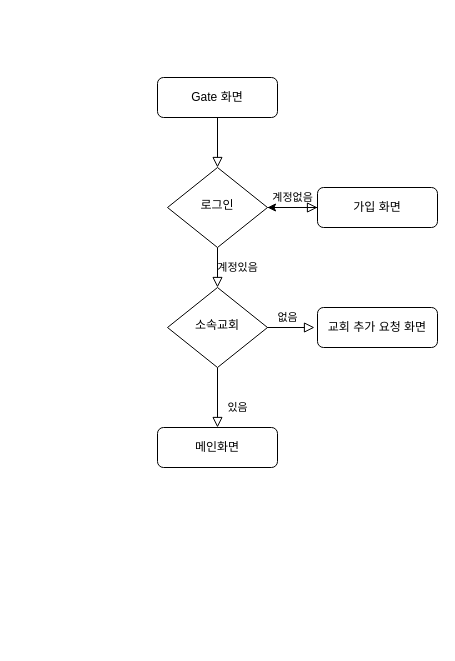
This is Untitled Diagram.drawio from parkgoon/test_gitflow, a draw.io file, before an edit. Source tidied: cells renumbered, new cells numbered last; positions are measured from the earlier drawing's top-left corner, leaving out a move shared by most shapes. Both pictures are drawn from the tidied source at 100%, with x=0, y=0 at pixel (157, 77).
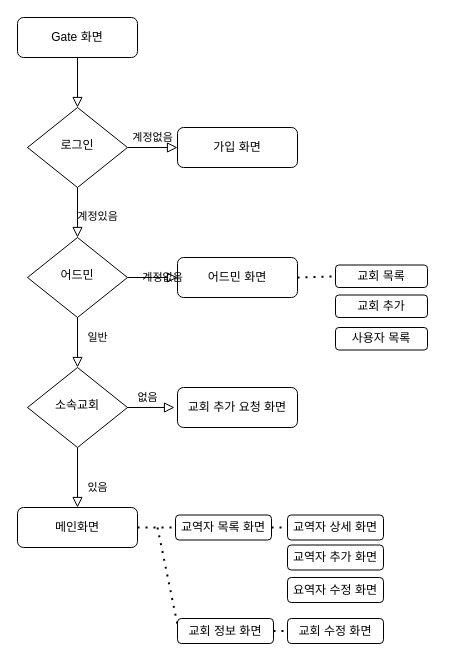
The same page after the edit.

Change to the diagram source:
```diff
@@
     <mxCell id="3" value="Gate 화면" style="rounded=1;whiteSpace=wrap;html=1;fontSize=12;glass=0;strokeWidth=1;shadow=0;" parent="1" vertex="1">
-      <mxGeometry width="120" height="40" as="geometry" />
+      <mxGeometry x="-140" y="-60" width="120" height="40" as="geometry" />
     </mxCell>
-    <mxCell id="4" value="계정있음" style="rounded=0;html=1;jettySize=auto;fontSize=11;endArrow=block;endFill=0;endSize=8;strokeWidth=1;shadow=0;labelBackgroundColor=none;edgeStyle=orthogonalEdgeStyle;" parent="1" edge="1" source="6" target="11">
-      <mxGeometry y="20" relative="1" as="geometry" />
+    <mxCell id="4" value="계정있음" style="rounded=0;html=1;jettySize=auto;fontSize=11;endArrow=block;endFill=0;endSize=8;strokeWidth=1;shadow=0;labelBackgroundColor=none;edgeStyle=orthogonalEdgeStyle;entryX=0.5;entryY=0;entryDx=0;entryDy=0;" parent="1" edge="1" source="6" target="21">
+      <mxGeometry x="0.2" y="20" relative="1" as="geometry">
+        <mxPoint y="-1" as="offset" />
+      </mxGeometry>
     </mxCell>
@@
     <mxCell id="6" value="로그인" style="rhombus;whiteSpace=wrap;html=1;shadow=0;fontFamily=Helvetica;fontSize=12;align=center;strokeWidth=1;spacing=6;spacingTop=-4;" parent="1" vertex="1">
-      <mxGeometry x="10" y="90" width="100" height="80" as="geometry" />
+      <mxGeometry x="-130" y="30" width="100" height="80" as="geometry" />
     </mxCell>
-    <mxCell id="7" style="edgeStyle=orthogonalEdgeStyle;rounded=0;jettySize=auto;html=1;" parent="1" edge="1" source="8" target="6">
-      <mxGeometry relative="1" as="geometry" />
-    </mxCell>
     <mxCell id="8" value="가입 화면" style="rounded=1;whiteSpace=wrap;html=1;fontSize=12;glass=0;strokeWidth=1;shadow=0;" parent="1" vertex="1">
-      <mxGeometry x="160" y="110" width="120" height="40" as="geometry" />
+      <mxGeometry x="20" y="50" width="120" height="40" as="geometry" />
     </mxCell>
@@
     <mxCell id="10" value="없음" style="edgeStyle=orthogonalEdgeStyle;rounded=0;html=1;jettySize=auto;orthogonalLoop=1;fontSize=11;endArrow=block;endFill=0;endSize=8;strokeWidth=1;shadow=0;labelBackgroundColor=none;" parent="1" edge="1">
       <mxGeometry x="-0.08" y="10" relative="1" as="geometry">
-        <mxPoint x="107" y="250" as="sourcePoint" />
-        <mxPoint x="157" y="250" as="targetPoint" />
+        <mxPoint x="-33" y="330" as="sourcePoint" />
+        <mxPoint x="17" y="330" as="targetPoint" />
       </mxGeometry>
     </mxCell>
     <mxCell id="11" value="소속교회" style="rhombus;whiteSpace=wrap;html=1;shadow=0;fontFamily=Helvetica;fontSize=12;align=center;strokeWidth=1;spacing=6;spacingTop=-4;" parent="1" vertex="1">
-      <mxGeometry x="10" y="210" width="100" height="80" as="geometry" />
+      <mxGeometry x="-130" y="290" width="100" height="80" as="geometry" />
     </mxCell>
     <mxCell id="12" value="메인화면" style="rounded=1;whiteSpace=wrap;html=1;fontSize=12;glass=0;strokeWidth=1;shadow=0;" parent="1" vertex="1">
-      <mxGeometry y="350" width="120" height="40" as="geometry" />
+      <mxGeometry x="-140" y="430" width="120" height="40" as="geometry" />
     </mxCell>
     <mxCell id="13" value="교회 추가 요청 화면" style="rounded=1;whiteSpace=wrap;html=1;fontSize=12;glass=0;strokeWidth=1;shadow=0;" parent="1" vertex="1">
-      <mxGeometry x="160" y="230" width="120" height="40" as="geometry" />
+      <mxGeometry x="20" y="310" width="120" height="40" as="geometry" />
     </mxCell>
+    <mxCell id="14" style="endArrow=none;dashed=1;html=1;dashPattern=1 3;strokeWidth=2;exitX=1;exitY=0.5;exitDx=0;exitDy=0;entryX=0;entryY=0.5;entryDx=0;entryDy=0;" parent="1" edge="1" source="12" target="15">
+      <mxGeometry relative="1" as="geometry" />
+    </mxCell>
+    <mxCell id="15" value="교역자 목록 화면" style="rounded=1;whiteSpace=wrap;html=1;fontSize=12;glass=0;strokeWidth=1;shadow=0;" parent="1" vertex="1">
+      <mxGeometry x="18" y="437.5" width="96" height="25" as="geometry" />
+    </mxCell>
+    <mxCell id="16" value="교역자 추가 화면" style="rounded=1;whiteSpace=wrap;html=1;fontSize=12;glass=0;strokeWidth=1;shadow=0;" parent="1" vertex="1">
+      <mxGeometry x="130" y="467.5" width="96" height="25" as="geometry" />
+    </mxCell>
+    <mxCell id="17" value="교역자 상세 화면" style="rounded=1;whiteSpace=wrap;html=1;fontSize=12;glass=0;strokeWidth=1;shadow=0;" parent="1" vertex="1">
+      <mxGeometry x="130" y="437.5" width="96" height="25" as="geometry" />
+    </mxCell>
+    <mxCell id="18" value="교회 수정 화면" style="rounded=1;whiteSpace=wrap;html=1;fontSize=12;glass=0;strokeWidth=1;shadow=0;" parent="1" vertex="1">
+      <mxGeometry x="130" y="541" width="96" height="25" as="geometry" />
+    </mxCell>
+    <mxCell id="19" value="교회 정보 화면" style="rounded=1;whiteSpace=wrap;html=1;fontSize=12;glass=0;strokeWidth=1;shadow=0;" parent="1" vertex="1">
+      <mxGeometry x="20" y="541" width="96" height="25" as="geometry" />
+    </mxCell>
+    <mxCell id="20" value="요역자 수정 화면" style="rounded=1;whiteSpace=wrap;html=1;fontSize=12;glass=0;strokeWidth=1;shadow=0;" parent="1" vertex="1">
+      <mxGeometry x="130" y="500" width="96" height="25" as="geometry" />
+    </mxCell>
+    <mxCell id="21" value="어드민" style="rhombus;whiteSpace=wrap;html=1;shadow=0;fontFamily=Helvetica;fontSize=12;align=center;strokeWidth=1;spacing=6;spacingTop=-4;" parent="1" vertex="1">
+      <mxGeometry x="-130" y="160" width="100" height="80" as="geometry" />
+    </mxCell>
+    <mxCell id="22" value="일반" style="rounded=0;html=1;jettySize=auto;fontSize=11;endArrow=block;endFill=0;endSize=8;strokeWidth=1;shadow=0;labelBackgroundColor=none;edgeStyle=orthogonalEdgeStyle;exitX=0.5;exitY=1;exitDx=0;exitDy=0;entryX=0.5;entryY=0;entryDx=0;entryDy=0;" parent="1" edge="1" source="21" target="11">
+      <mxGeometry x="-0.2" y="20" relative="1" as="geometry" />
+    </mxCell>
+    <mxCell id="23" value="어드민 화면" style="rounded=1;whiteSpace=wrap;html=1;fontSize=12;glass=0;strokeWidth=1;shadow=0;" parent="1" vertex="1">
+      <mxGeometry x="20" y="180" width="120" height="40" as="geometry" />
+    </mxCell>
+    <mxCell id="24" style="endArrow=none;dashed=1;html=1;dashPattern=1 3;strokeWidth=2;exitX=1;exitY=0.5;exitDx=0;exitDy=0;entryX=0;entryY=0.5;entryDx=0;entryDy=0;" parent="1" edge="1" target="25">
+      <mxGeometry relative="1" as="geometry">
+        <mxPoint x="140" y="200" as="sourcePoint" />
+      </mxGeometry>
+    </mxCell>
+    <mxCell id="25" value="교회 목록" style="rounded=1;whiteSpace=wrap;html=1;fontSize=12;glass=0;strokeWidth=1;shadow=0;" parent="1" vertex="1">
+      <mxGeometry x="178" y="187.5" width="92" height="22.5" as="geometry" />
+    </mxCell>
+    <mxCell id="26" value="교회 추가" style="rounded=1;whiteSpace=wrap;html=1;fontSize=12;glass=0;strokeWidth=1;shadow=0;" parent="1" vertex="1">
+      <mxGeometry x="178" y="217.5" width="92" height="22.5" as="geometry" />
+    </mxCell>
+    <mxCell id="27" value="사용자 목록" style="rounded=1;whiteSpace=wrap;html=1;fontSize=12;glass=0;strokeWidth=1;shadow=0;" parent="1" vertex="1">
+      <mxGeometry x="178" y="250" width="92" height="22.5" as="geometry" />
+    </mxCell>
+    <mxCell id="28" style="endArrow=none;dashed=1;html=1;dashPattern=1 3;strokeWidth=2;exitX=1;exitY=0.5;exitDx=0;exitDy=0;entryX=0;entryY=0.5;entryDx=0;entryDy=0;" parent="1" edge="1" source="15" target="17">
+      <mxGeometry relative="1" as="geometry" />
+    </mxCell>
+    <mxCell id="29" style="endArrow=none;dashed=1;html=1;dashPattern=1 3;strokeWidth=2;exitX=1;exitY=0.5;exitDx=0;exitDy=0;entryX=0;entryY=0.5;entryDx=0;entryDy=0;" parent="1" edge="1" source="19" target="18">
+      <mxGeometry relative="1" as="geometry" />
+    </mxCell>
+    <mxCell id="30" style="endArrow=none;dashed=1;html=1;dashPattern=1 3;strokeWidth=2;entryX=0;entryY=0.25;entryDx=0;entryDy=0;" parent="1" edge="1" target="19">
+      <mxGeometry relative="1" as="geometry">
+        <mxPoint y="450" as="sourcePoint" />
+      </mxGeometry>
+    </mxCell>
+    <mxCell id="31" value="계정없음" style="edgeStyle=orthogonalEdgeStyle;rounded=0;html=1;jettySize=auto;fontSize=11;endArrow=block;endFill=0;endSize=8;strokeWidth=1;shadow=0;labelBackgroundColor=none;exitX=1;exitY=0.5;exitDx=0;exitDy=0;" parent="1" edge="1" source="21">
+      <mxGeometry y="10" relative="1" as="geometry">
+        <mxPoint x="20" y="200" as="targetPoint" />
+      </mxGeometry>
+    </mxCell>
```
